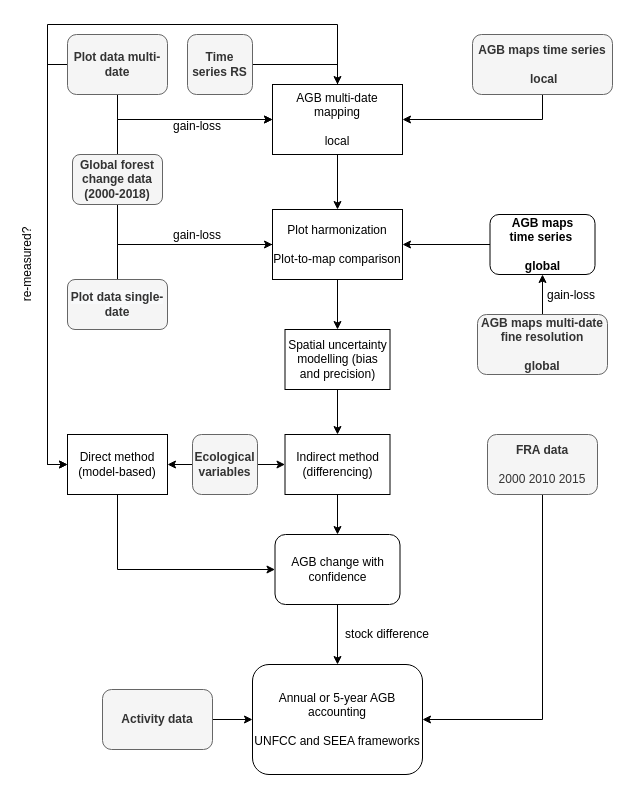
The draw.io diagram AGBC_simple.drawio in arnanaraza/diagrams, before the edit. Source tidied: cells renumbered, new cells numbered last; positions are measured from the earlier drawing's top-left corner, leaving out a move shared by most shapes. Both pictures are drawn from the tidied source at 100%, with x=0, y=0 at pixel (-18, 24).
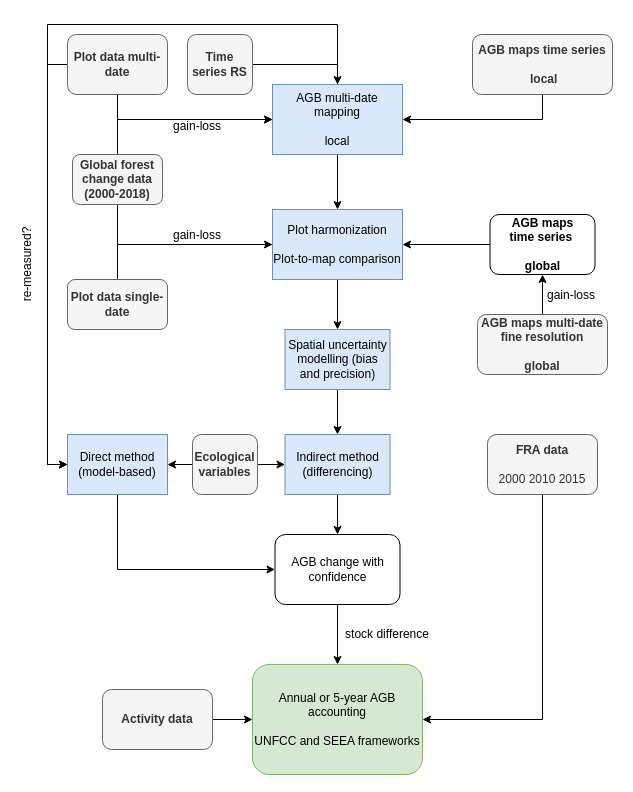
The same page after the edit.

The edit, as a diff of the source:
```diff
@@
-    <mxCell id="3" value="Direct method (model-based)" style="rounded=0;whiteSpace=wrap;html=1;" parent="1" vertex="1">
+    <mxCell id="3" value="Direct method (model-based)" style="rounded=0;whiteSpace=wrap;html=1;fillColor=#dae8fc;strokeColor=#6c8ebf;" parent="1" vertex="1">
       <mxGeometry x="85" y="410" width="100" height="60" as="geometry" />
     </mxCell>
@@
-    <mxCell id="5" value="Indirect method (differencing)" style="rounded=0;whiteSpace=wrap;html=1;" parent="1" vertex="1">
+    <mxCell id="5" value="Indirect method (differencing)" style="rounded=0;whiteSpace=wrap;html=1;fillColor=#dae8fc;strokeColor=#6c8ebf;" parent="1" vertex="1">
       <mxGeometry x="302.5" y="410" width="105" height="60" as="geometry" />
     </mxCell>
@@
-    <mxCell id="11" value="Annual or 5-year AGB accounting &lt;br&gt;&lt;br&gt;UNFCC and SEEA frameworks" style="rounded=1;whiteSpace=wrap;html=1;" parent="1" vertex="1">
+    <mxCell id="11" value="Annual or 5-year AGB accounting &lt;br&gt;&lt;br&gt;UNFCC and SEEA frameworks" style="rounded=1;whiteSpace=wrap;html=1;fillColor=#d5e8d4;strokeColor=#82b366;" parent="1" vertex="1">
       <mxGeometry x="270" y="640" width="170" height="110" as="geometry" />
     </mxCell>
@@
-    <mxCell id="20" value="Plot harmonization&lt;br&gt;&lt;br&gt;Plot-to-map comparison" style="rounded=0;whiteSpace=wrap;html=1;" parent="1" vertex="1">
+    <mxCell id="20" value="Plot harmonization&lt;br&gt;&lt;br&gt;Plot-to-map comparison" style="rounded=0;whiteSpace=wrap;html=1;fillColor=#dae8fc;strokeColor=#6c8ebf;" parent="1" vertex="1">
       <mxGeometry x="290" y="185" width="130" height="70" as="geometry" />
     </mxCell>
@@
-    <mxCell id="27" value="AGB multi-date mapping&lt;br&gt;&lt;br&gt;local" style="rounded=0;whiteSpace=wrap;html=1;" parent="1" vertex="1">
+    <mxCell id="27" value="AGB multi-date mapping&lt;br&gt;&lt;br&gt;local" style="rounded=0;whiteSpace=wrap;html=1;fillColor=#dae8fc;strokeColor=#6c8ebf;" parent="1" vertex="1">
       <mxGeometry x="290" y="60" width="130" height="70" as="geometry" />
     </mxCell>
@@
-    <mxCell id="39" value="Spatial uncertainty modelling (bias and precision)" style="rounded=0;whiteSpace=wrap;html=1;" parent="1" vertex="1">
+    <mxCell id="39" value="Spatial uncertainty modelling (bias and precision)" style="rounded=0;whiteSpace=wrap;html=1;fillColor=#dae8fc;strokeColor=#6c8ebf;" parent="1" vertex="1">
       <mxGeometry x="302.5" y="305" width="105" height="60" as="geometry" />
     </mxCell>
```
